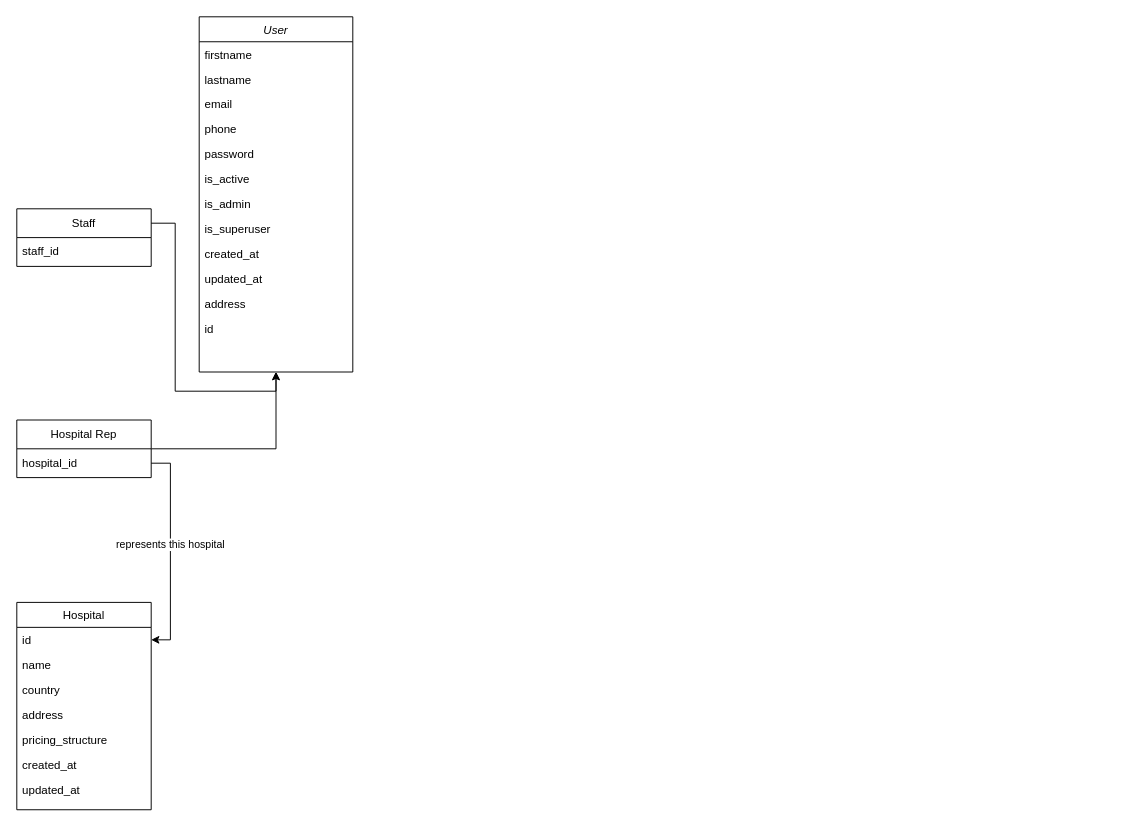
This is Pharmacy Management System.drawio from AnochiwaAlfred/AnochiwaAlfred, a draw.io file, before an edit. Source tidied: cells renumbered, new cells numbered last; positions are measured from the earlier drawing's top-left corner, leaving out a move shared by most shapes. Both pictures are drawn from the tidied source at 96%, with x=0, y=0 at pixel (16, 16).
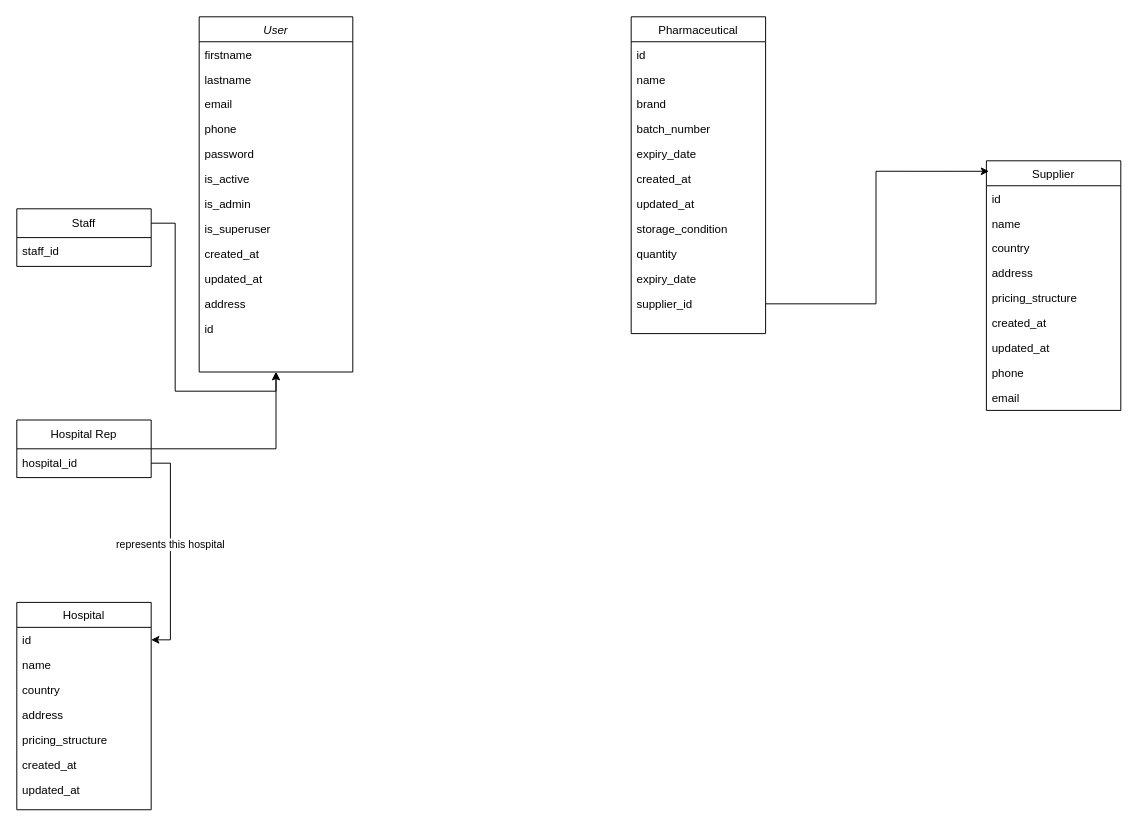
The same page after the edit.

The edit, as a diff of the source:
```diff
@@
+    <mxCell id="31" value="Supplier" style="swimlane;fontStyle=0;align=center;verticalAlign=top;horizontal=1;startSize=26;rounded=0;shadow=0;strokeWidth=1;" parent="1" vertex="1">
+      <mxGeometry x="1010" y="150" width="140" height="260" as="geometry" />
+    </mxCell>
+    <mxCell id="32" value="id" style="text;align=left;verticalAlign=top;spacingLeft=4;spacingRight=4;overflow=hidden;" parent="31" vertex="1">
+      <mxGeometry y="26" width="140" height="26" as="geometry" />
+    </mxCell>
+    <mxCell id="33" value="name" style="text;align=left;verticalAlign=top;spacingLeft=4;spacingRight=4;overflow=hidden;rounded=0;shadow=0;html=0;" parent="31" vertex="1">
+      <mxGeometry y="52" width="140" height="26" as="geometry" />
+    </mxCell>
+    <mxCell id="34" value="country" style="text;align=left;verticalAlign=top;spacingLeft=4;spacingRight=4;overflow=hidden;rounded=0;shadow=0;html=0;" parent="31" vertex="1">
+      <mxGeometry y="78" width="140" height="26" as="geometry" />
+    </mxCell>
+    <mxCell id="35" value="address" style="text;align=left;verticalAlign=top;spacingLeft=4;spacingRight=4;overflow=hidden;rounded=0;shadow=0;html=0;" parent="31" vertex="1">
+      <mxGeometry y="104" width="140" height="26" as="geometry" />
+    </mxCell>
+    <mxCell id="36" value="pricing_structure" style="text;align=left;verticalAlign=top;spacingLeft=4;spacingRight=4;overflow=hidden;rounded=0;shadow=0;html=0;" parent="31" vertex="1">
+      <mxGeometry y="130" width="140" height="26" as="geometry" />
+    </mxCell>
+    <mxCell id="37" value="created_at" style="text;align=left;verticalAlign=top;spacingLeft=4;spacingRight=4;overflow=hidden;rounded=0;shadow=0;html=0;" parent="31" vertex="1">
+      <mxGeometry y="156" width="140" height="26" as="geometry" />
+    </mxCell>
+    <mxCell id="38" value="updated_at" style="text;align=left;verticalAlign=top;spacingLeft=4;spacingRight=4;overflow=hidden;rounded=0;shadow=0;html=0;" parent="31" vertex="1">
+      <mxGeometry y="182" width="140" height="26" as="geometry" />
+    </mxCell>
+    <mxCell id="39" value="phone" style="text;align=left;verticalAlign=top;spacingLeft=4;spacingRight=4;overflow=hidden;rounded=0;shadow=0;html=0;" parent="31" vertex="1">
+      <mxGeometry y="208" width="140" height="26" as="geometry" />
+    </mxCell>
+    <mxCell id="40" value="email" style="text;align=left;verticalAlign=top;spacingLeft=4;spacingRight=4;overflow=hidden;rounded=0;shadow=0;html=0;" parent="31" vertex="1">
+      <mxGeometry y="234" width="140" height="26" as="geometry" />
+    </mxCell>
+    <mxCell id="41" value="Pharmaceutical" style="swimlane;fontStyle=0;align=center;verticalAlign=top;horizontal=1;startSize=26;rounded=0;shadow=0;strokeWidth=1;" parent="1" vertex="1">
+      <mxGeometry x="640" width="140" height="330" as="geometry" />
+    </mxCell>
+    <mxCell id="42" value="id" style="text;align=left;verticalAlign=top;spacingLeft=4;spacingRight=4;overflow=hidden;" parent="41" vertex="1">
+      <mxGeometry y="26" width="140" height="26" as="geometry" />
+    </mxCell>
+    <mxCell id="43" value="name" style="text;align=left;verticalAlign=top;spacingLeft=4;spacingRight=4;overflow=hidden;rounded=0;shadow=0;html=0;" parent="41" vertex="1">
+      <mxGeometry y="52" width="140" height="26" as="geometry" />
+    </mxCell>
+    <mxCell id="44" value="brand" style="text;align=left;verticalAlign=top;spacingLeft=4;spacingRight=4;overflow=hidden;rounded=0;shadow=0;html=0;" parent="41" vertex="1">
+      <mxGeometry y="78" width="140" height="26" as="geometry" />
+    </mxCell>
+    <mxCell id="45" value="batch_number" style="text;align=left;verticalAlign=top;spacingLeft=4;spacingRight=4;overflow=hidden;rounded=0;shadow=0;html=0;" parent="41" vertex="1">
+      <mxGeometry y="104" width="140" height="26" as="geometry" />
+    </mxCell>
+    <mxCell id="46" value="expiry_date" style="text;align=left;verticalAlign=top;spacingLeft=4;spacingRight=4;overflow=hidden;rounded=0;shadow=0;html=0;" parent="41" vertex="1">
+      <mxGeometry y="130" width="140" height="26" as="geometry" />
+    </mxCell>
+    <mxCell id="47" value="created_at" style="text;align=left;verticalAlign=top;spacingLeft=4;spacingRight=4;overflow=hidden;rounded=0;shadow=0;html=0;" parent="41" vertex="1">
+      <mxGeometry y="156" width="140" height="26" as="geometry" />
+    </mxCell>
+    <mxCell id="48" value="updated_at" style="text;align=left;verticalAlign=top;spacingLeft=4;spacingRight=4;overflow=hidden;rounded=0;shadow=0;html=0;" parent="41" vertex="1">
+      <mxGeometry y="182" width="140" height="26" as="geometry" />
+    </mxCell>
+    <mxCell id="49" value="storage_condition" style="text;align=left;verticalAlign=top;spacingLeft=4;spacingRight=4;overflow=hidden;rounded=0;shadow=0;html=0;" parent="41" vertex="1">
+      <mxGeometry y="208" width="140" height="26" as="geometry" />
+    </mxCell>
+    <mxCell id="50" value="quantity" style="text;align=left;verticalAlign=top;spacingLeft=4;spacingRight=4;overflow=hidden;rounded=0;shadow=0;html=0;" parent="41" vertex="1">
+      <mxGeometry y="234" width="140" height="26" as="geometry" />
+    </mxCell>
+    <mxCell id="51" value="expiry_date" style="text;align=left;verticalAlign=top;spacingLeft=4;spacingRight=4;overflow=hidden;rounded=0;shadow=0;html=0;" parent="41" vertex="1">
+      <mxGeometry y="260" width="140" height="26" as="geometry" />
+    </mxCell>
+    <mxCell id="52" value="supplier_id" style="text;align=left;verticalAlign=top;spacingLeft=4;spacingRight=4;overflow=hidden;points=[[0,0.5],[1,0.5]];portConstraint=eastwest;rounded=0;shadow=0;html=0;" parent="41" vertex="1">
+      <mxGeometry y="286" width="140" height="26" as="geometry" />
+    </mxCell>
+    <mxCell id="53" style="edgeStyle=orthogonalEdgeStyle;rounded=0;jettySize=auto;html=1;entryX=0.019;entryY=0.042;entryDx=0;entryDy=0;entryPerimeter=0;" parent="1" edge="1" source="52" target="31">
+      <mxGeometry relative="1" as="geometry" />
+    </mxCell>
```
